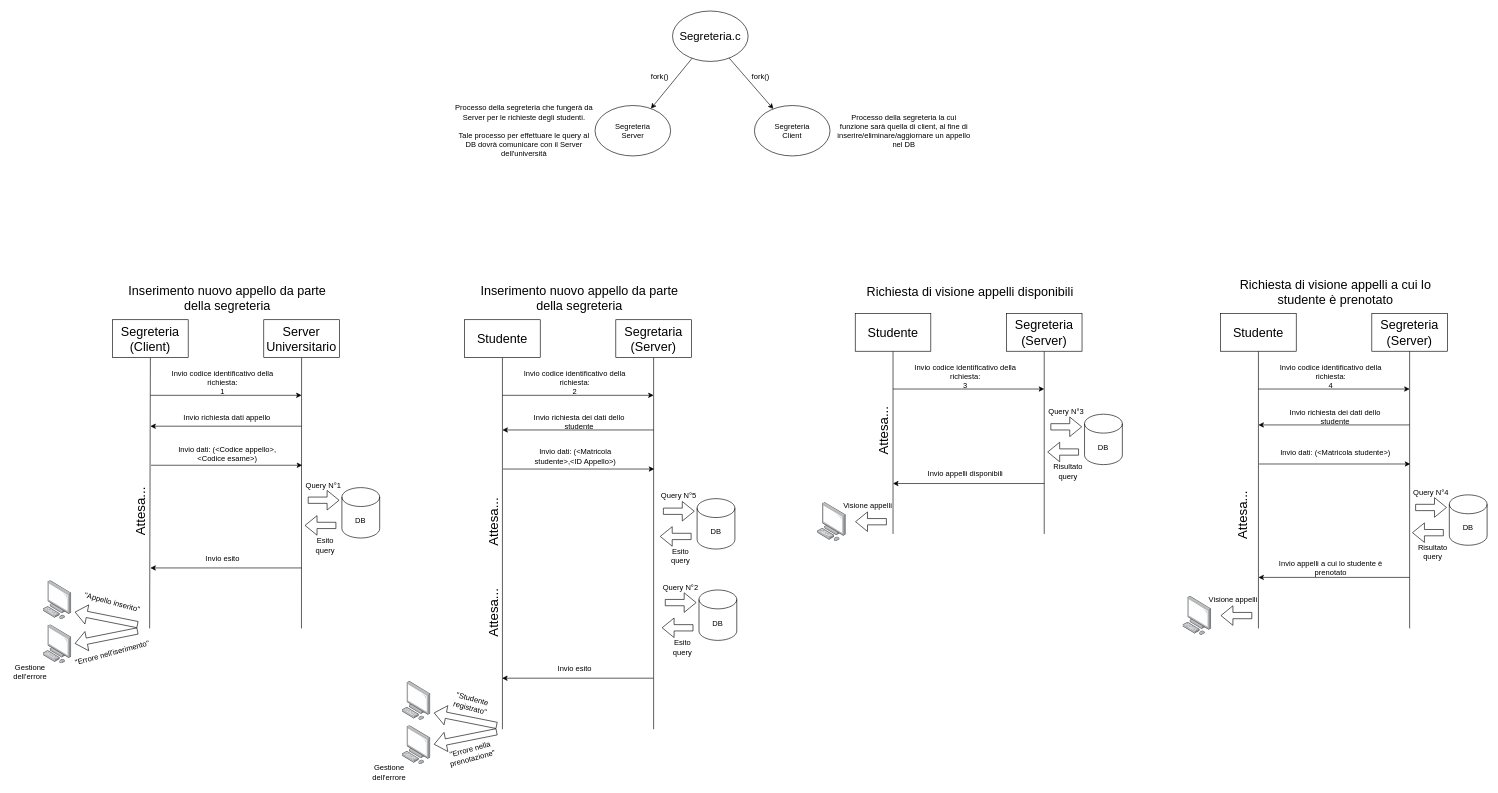
Above: documentazione/Sequenza_Operazioni.drawio in NicolaPonticelli001/reti_di_calcolatori_gestionale_uni (draw.io), before the change. Source tidied: cells renumbered, new cells numbered last; positions are measured from the earlier drawing's top-left corner, leaving out a move shared by most shapes. Both pictures are drawn from the tidied source at 63%, with x=0, y=0 at pixel (11, 11).
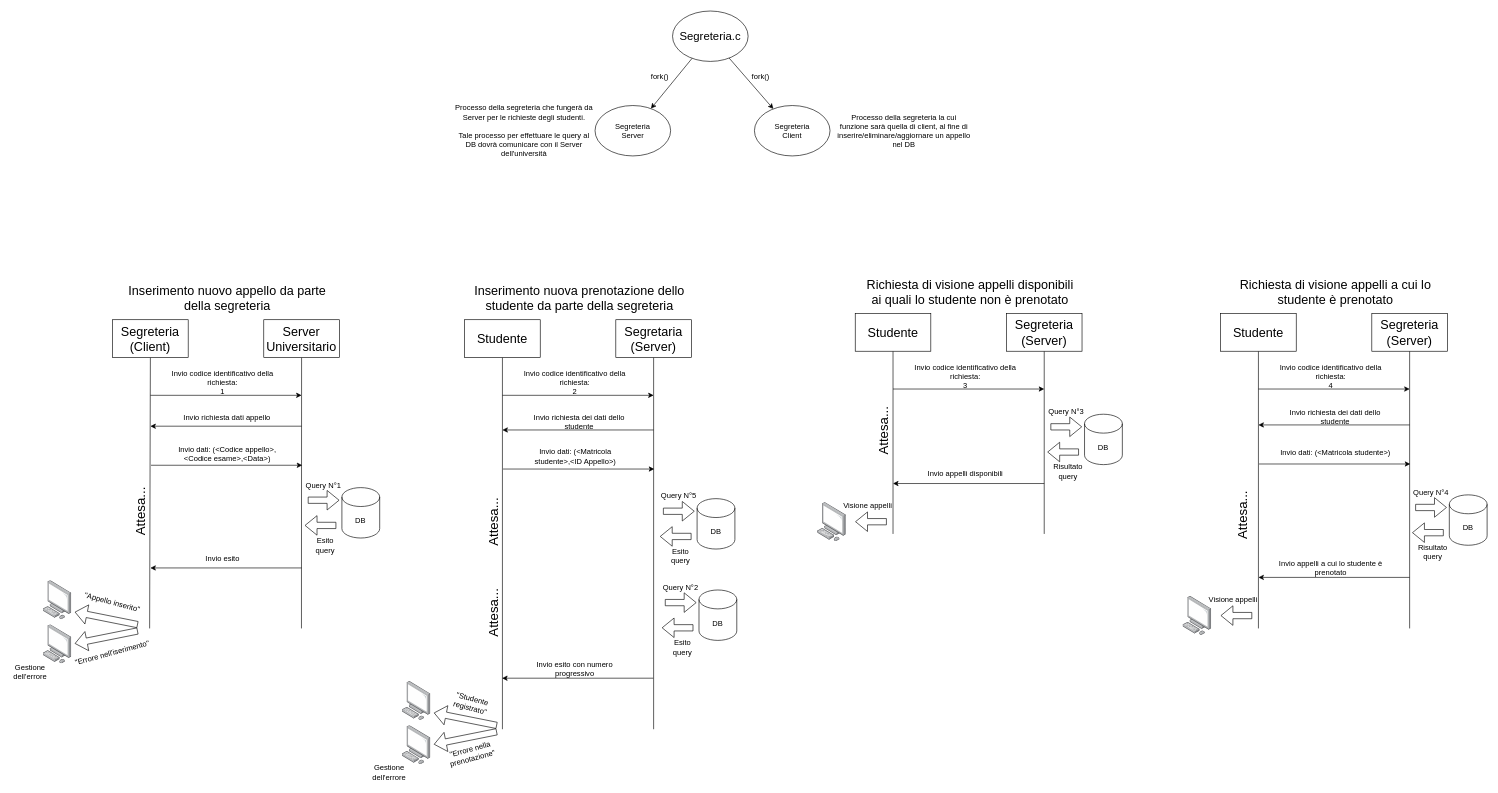
Above is the later version.

The edit, as a diff of the source:
```diff
@@
-    <mxCell id="8" value="Richiesta di visione appelli disponibili" style="text;html=1;strokeColor=none;fillColor=none;align=center;verticalAlign=middle;whiteSpace=wrap;rounded=0;fontSize=20;" parent="1" vertex="1">
+    <mxCell id="8" value="Richiesta di visione appelli disponibili&lt;br&gt;ai quali lo studente non è prenotato" style="text;html=1;strokeColor=none;fillColor=none;align=center;verticalAlign=middle;whiteSpace=wrap;rounded=0;fontSize=20;" parent="1" vertex="1">
       <mxGeometry x="1345" y="430" width="355" height="30" as="geometry" />
     </mxCell>
@@
-    <mxCell id="75" value="Inserimento nuovo appello da parte della segreteria" style="text;html=1;strokeColor=none;fillColor=none;align=center;verticalAlign=middle;whiteSpace=wrap;rounded=0;fontSize=20;" parent="1" vertex="1">
+    <mxCell id="75" value="Inserimento nuova prenotazione dello studente da parte della segreteria" style="text;html=1;strokeColor=none;fillColor=none;align=center;verticalAlign=middle;whiteSpace=wrap;rounded=0;fontSize=20;" parent="1" vertex="1">
       <mxGeometry x="725" y="440" width="355" height="30" as="geometry" />
     </mxCell>
@@
-    <mxCell id="93" value="Invio esito" style="text;html=1;strokeColor=none;fillColor=none;align=center;verticalAlign=middle;whiteSpace=wrap;rounded=0;" parent="1" vertex="1">
+    <mxCell id="93" value="Invio esito con numero progressivo" style="text;html=1;strokeColor=none;fillColor=none;align=center;verticalAlign=middle;whiteSpace=wrap;rounded=0;" parent="1" vertex="1">
       <mxGeometry x="809.5" y="1029" width="170" height="30" as="geometry" />
     </mxCell>
@@
-    <mxCell id="108" value="Invio dati: (&amp;lt;Codice appello&amp;gt;,&amp;lt;Codice esame&amp;gt;)" style="text;html=1;strokeColor=none;fillColor=none;align=center;verticalAlign=middle;whiteSpace=wrap;rounded=0;" parent="1" vertex="1">
+    <mxCell id="108" value="Invio dati: (&amp;lt;Codice appello&amp;gt;,&amp;lt;Codice esame&amp;gt;,&amp;lt;Data&amp;gt;)" style="text;html=1;strokeColor=none;fillColor=none;align=center;verticalAlign=middle;whiteSpace=wrap;rounded=0;" parent="1" vertex="1">
       <mxGeometry x="248.2" y="688" width="191" height="30" as="geometry" />
     </mxCell>
```
